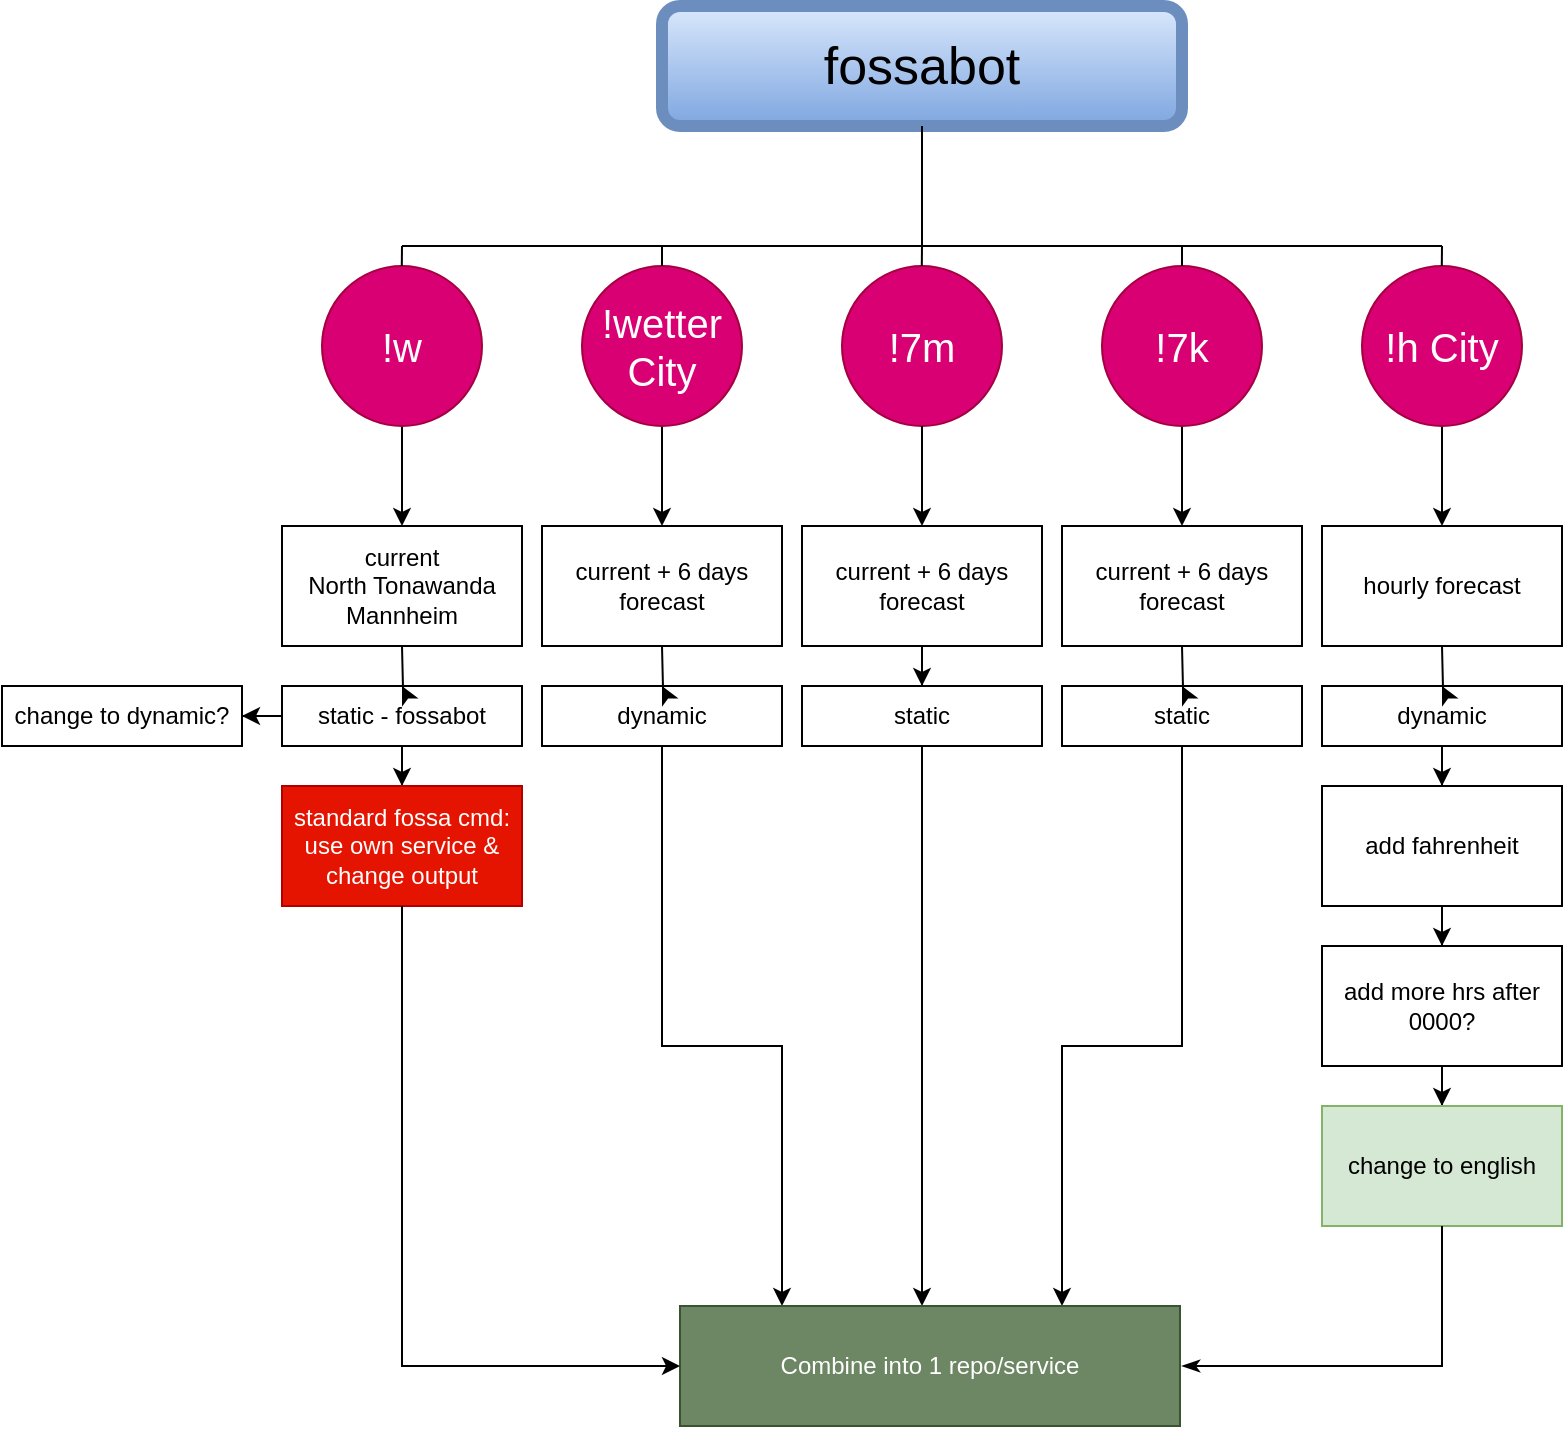
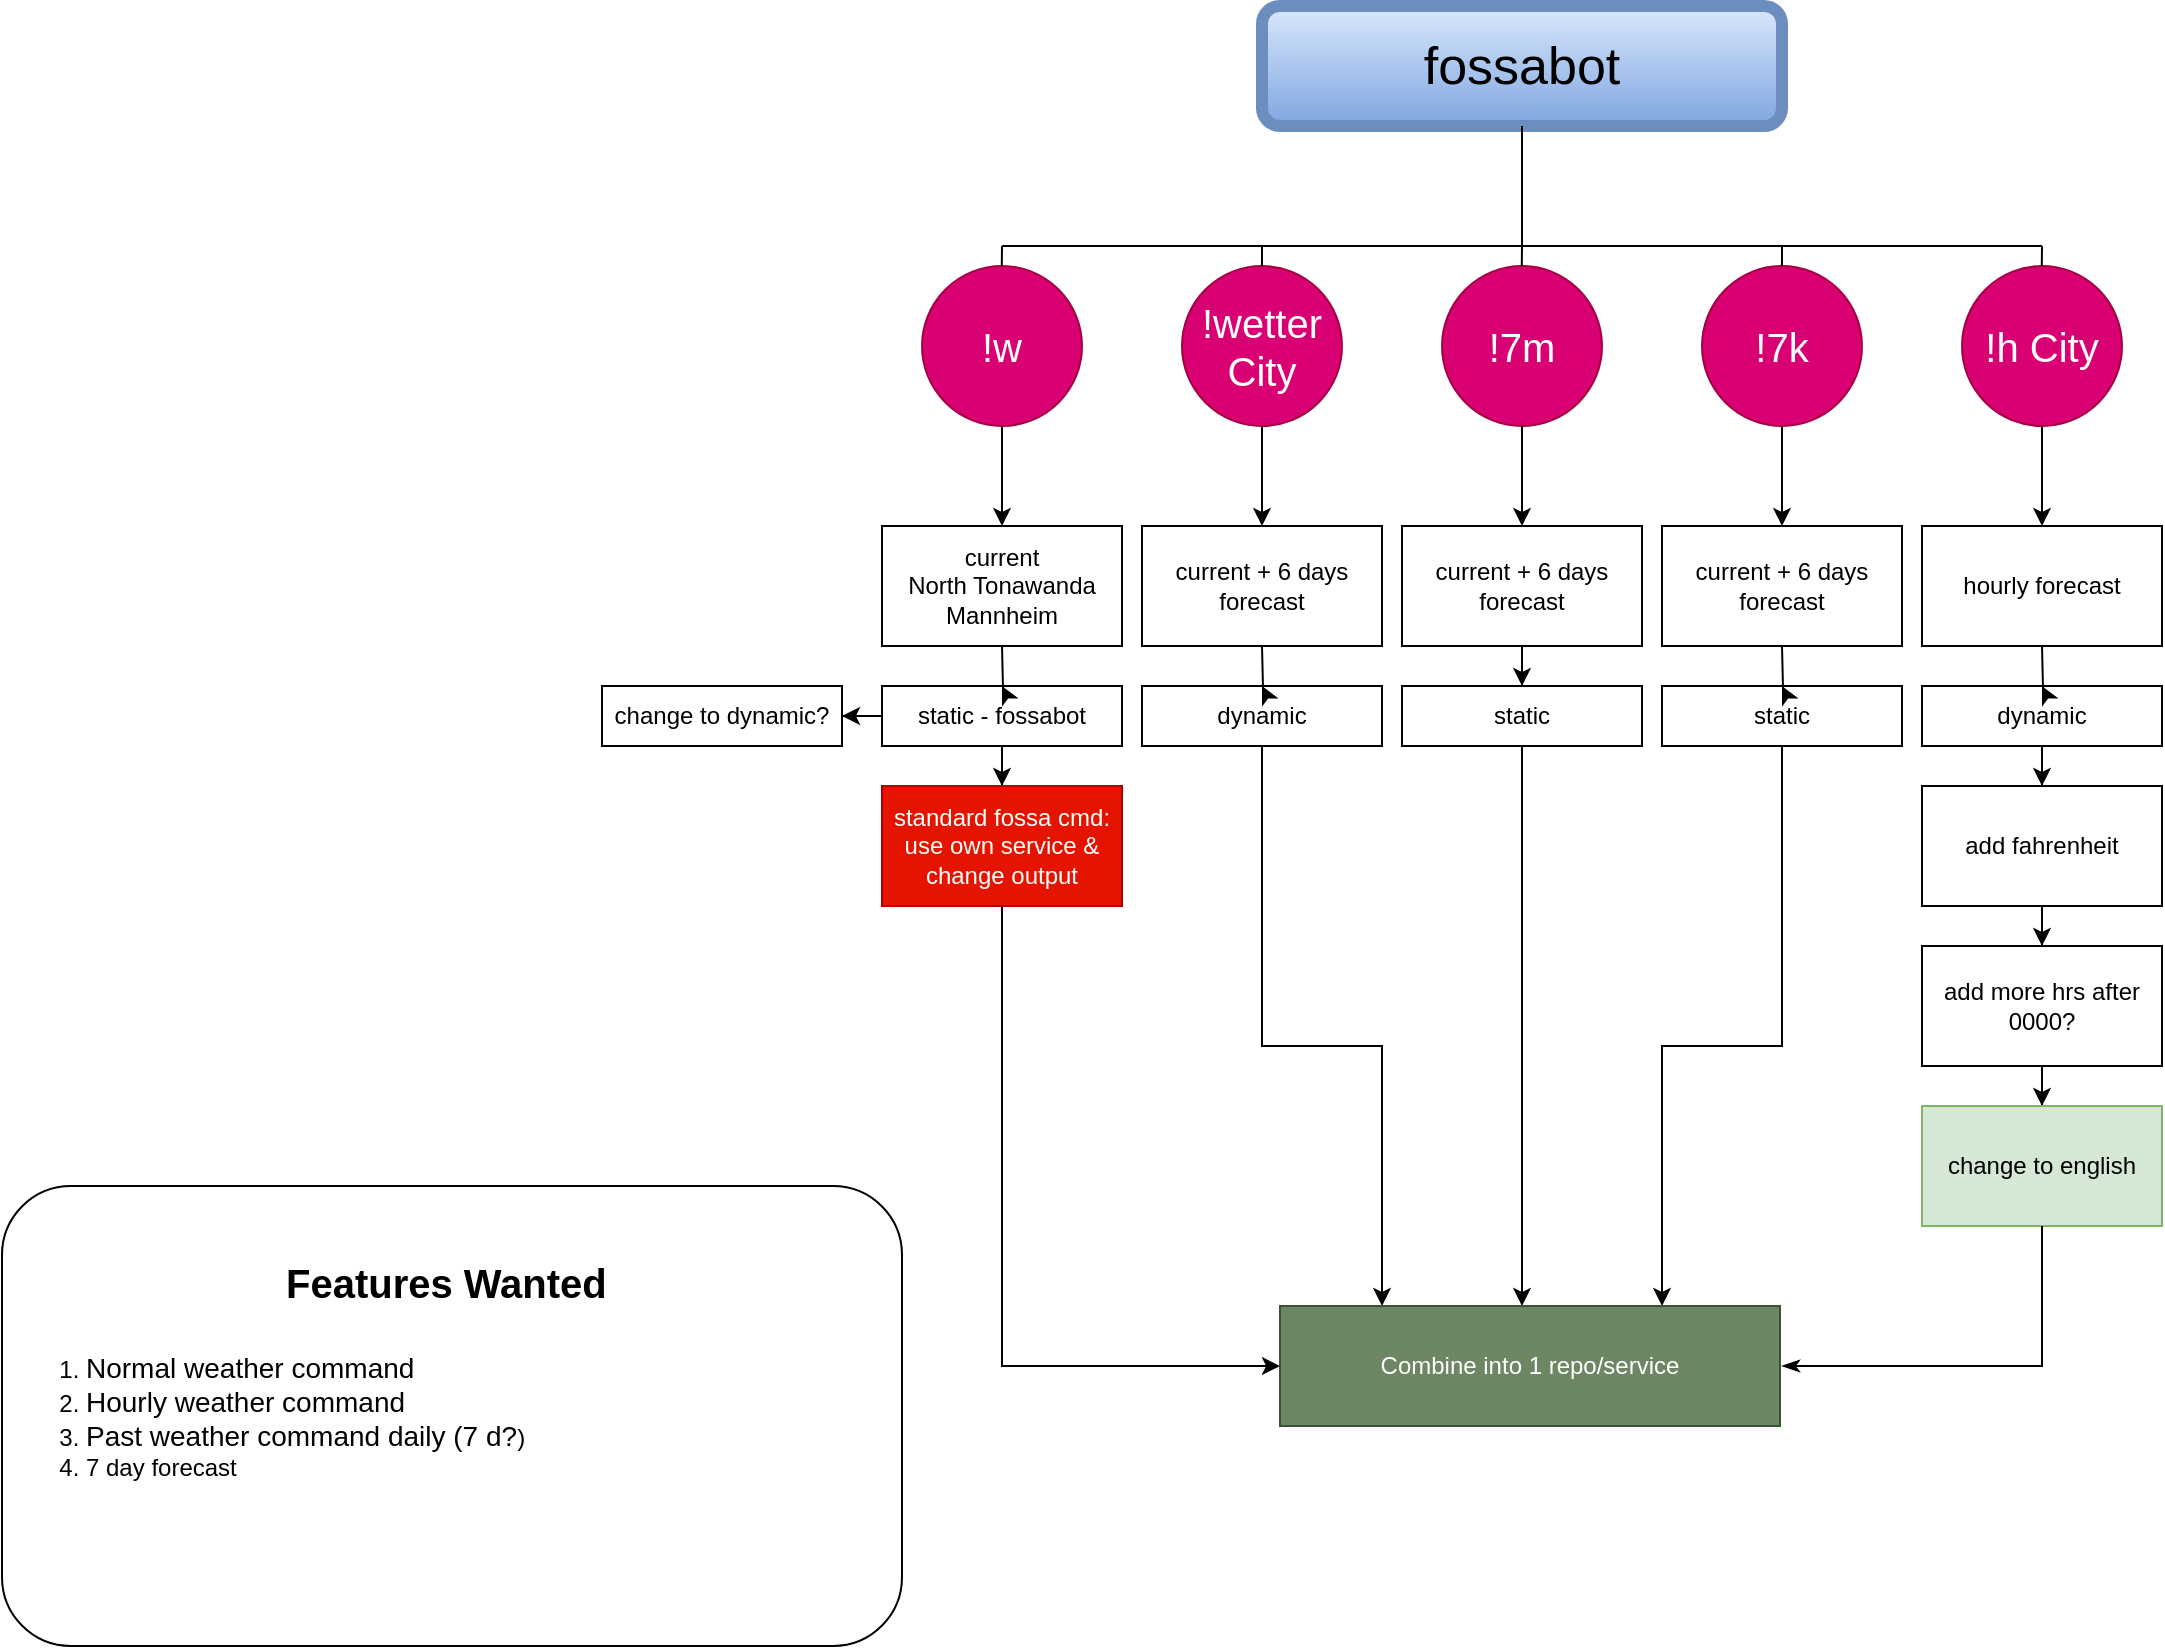
<mxfile host="app.diagrams.net">
  <diagram name="Page-1" id="9VzqXHfPhy3sf3baI-xB">
    <mxGraphModel dx="1747" dy="745" grid="1" gridSize="10" guides="1" tooltips="1" connect="1" arrows="1" fold="1" page="1" pageScale="1" pageWidth="850" pageHeight="1100" math="0" shadow="0">
      <root>
        <mxCell id="0" />
        <mxCell id="1" parent="0" />
        <mxCell id="s_UMoqTU6THQ3Am6J6Qj-11" connectable="0" parent="1" style="group" value="" vertex="1">
          <mxGeometry height="190" width="120" x="470" y="290" as="geometry" />
        </mxCell>
        <mxCell id="s_UMoqTU6THQ3Am6J6Qj-9" edge="1" parent="s_UMoqTU6THQ3Am6J6Qj-11" source="s_UMoqTU6THQ3Am6J6Qj-7" style="edgeStyle=orthogonalEdgeStyle;rounded=0;orthogonalLoop=1;jettySize=auto;html=1;" value="">
          <mxGeometry relative="1" as="geometry">
            <mxPoint x="60" y="130" as="targetPoint" />
          </mxGeometry>
        </mxCell>
        <mxCell id="s_UMoqTU6THQ3Am6J6Qj-7" parent="s_UMoqTU6THQ3Am6J6Qj-11" style="ellipse;whiteSpace=wrap;html=1;aspect=fixed;fillColor=#d80073;fontColor=#ffffff;strokeColor=#A50040;" value="&lt;font style=&quot;font-size: 20px;&quot;&gt;!7k&lt;/font&gt;" vertex="1">
          <mxGeometry height="80" width="80" x="20" as="geometry" />
        </mxCell>
        <mxCell id="s_UMoqTU6THQ3Am6J6Qj-10" parent="s_UMoqTU6THQ3Am6J6Qj-11" style="rounded=0;whiteSpace=wrap;html=1;" value="current + 6 days forecast" vertex="1">
          <mxGeometry height="60" width="120" y="130" as="geometry" />
        </mxCell>
        <mxCell id="s_UMoqTU6THQ3Am6J6Qj-13" connectable="0" parent="1" style="group" value="" vertex="1">
          <mxGeometry height="190" width="120" x="340" y="290" as="geometry" />
        </mxCell>
        <mxCell id="s_UMoqTU6THQ3Am6J6Qj-2" parent="s_UMoqTU6THQ3Am6J6Qj-13" style="rounded=0;whiteSpace=wrap;html=1;" value="current + 6 days forecast" vertex="1">
          <mxGeometry height="60" width="120" y="130" as="geometry" />
        </mxCell>
        <mxCell id="s_UMoqTU6THQ3Am6J6Qj-12" connectable="0" parent="s_UMoqTU6THQ3Am6J6Qj-13" style="group" value="" vertex="1">
          <mxGeometry height="80" width="80" x="20" as="geometry" />
        </mxCell>
        <mxCell id="s_UMoqTU6THQ3Am6J6Qj-1" parent="s_UMoqTU6THQ3Am6J6Qj-12" style="ellipse;whiteSpace=wrap;html=1;aspect=fixed;fillColor=#d80073;fontColor=#ffffff;strokeColor=#A50040;" value="&lt;font style=&quot;font-size: 20px;&quot;&gt;!7m&lt;/font&gt;" vertex="1">
          <mxGeometry height="80" width="80" as="geometry" />
        </mxCell>
        <mxCell id="s_UMoqTU6THQ3Am6J6Qj-6" edge="1" parent="s_UMoqTU6THQ3Am6J6Qj-13" source="s_UMoqTU6THQ3Am6J6Qj-1" style="edgeStyle=orthogonalEdgeStyle;rounded=0;orthogonalLoop=1;jettySize=auto;html=1;" target="s_UMoqTU6THQ3Am6J6Qj-2" value="">
          <mxGeometry relative="1" as="geometry" />
        </mxCell>
        <mxCell id="s_UMoqTU6THQ3Am6J6Qj-14" connectable="0" parent="1" style="group" value="" vertex="1">
          <mxGeometry height="190" width="120" x="600" y="290" as="geometry" />
        </mxCell>
        <mxCell id="s_UMoqTU6THQ3Am6J6Qj-15" edge="1" parent="s_UMoqTU6THQ3Am6J6Qj-14" source="s_UMoqTU6THQ3Am6J6Qj-16" style="edgeStyle=orthogonalEdgeStyle;rounded=0;orthogonalLoop=1;jettySize=auto;html=1;" value="">
          <mxGeometry relative="1" as="geometry">
            <mxPoint x="60" y="130" as="targetPoint" />
          </mxGeometry>
        </mxCell>
        <mxCell id="s_UMoqTU6THQ3Am6J6Qj-16" parent="s_UMoqTU6THQ3Am6J6Qj-14" style="ellipse;whiteSpace=wrap;html=1;aspect=fixed;fillColor=#d80073;fontColor=#ffffff;strokeColor=#A50040;" value="&lt;font style=&quot;font-size: 20px;&quot;&gt;!h City&lt;/font&gt;" vertex="1">
          <mxGeometry height="80" width="80" x="20" as="geometry" />
        </mxCell>
        <mxCell id="s_UMoqTU6THQ3Am6J6Qj-17" parent="s_UMoqTU6THQ3Am6J6Qj-14" style="rounded=0;whiteSpace=wrap;html=1;" value="hourly forecast" vertex="1">
          <mxGeometry height="60" width="120" y="130" as="geometry" />
        </mxCell>
        <mxCell id="s_UMoqTU6THQ3Am6J6Qj-18" connectable="0" parent="1" style="group" value="" vertex="1">
          <mxGeometry height="190" width="120" x="210" y="290" as="geometry" />
        </mxCell>
        <mxCell id="s_UMoqTU6THQ3Am6J6Qj-19" edge="1" parent="s_UMoqTU6THQ3Am6J6Qj-18" source="s_UMoqTU6THQ3Am6J6Qj-20" style="edgeStyle=orthogonalEdgeStyle;rounded=0;orthogonalLoop=1;jettySize=auto;html=1;" value="">
          <mxGeometry relative="1" as="geometry">
            <mxPoint x="60" y="130" as="targetPoint" />
          </mxGeometry>
        </mxCell>
        <mxCell id="s_UMoqTU6THQ3Am6J6Qj-20" parent="s_UMoqTU6THQ3Am6J6Qj-18" style="ellipse;whiteSpace=wrap;html=1;aspect=fixed;fillColor=#d80073;fontColor=#ffffff;strokeColor=#A50040;" value="&lt;font style=&quot;font-size: 20px;&quot;&gt;!wetter City&lt;/font&gt;" vertex="1">
          <mxGeometry height="80" width="80" x="20" as="geometry" />
        </mxCell>
        <mxCell id="s_UMoqTU6THQ3Am6J6Qj-21" parent="s_UMoqTU6THQ3Am6J6Qj-18" style="rounded=0;whiteSpace=wrap;html=1;" value="current + 6 days forecast" vertex="1">
          <mxGeometry height="60" width="120" y="130" as="geometry" />
        </mxCell>
        <mxCell id="wv6-X-4x8dGTElKProTv-45" edge="1" parent="1" source="s_UMoqTU6THQ3Am6J6Qj-24" style="edgeStyle=orthogonalEdgeStyle;rounded=0;orthogonalLoop=1;jettySize=auto;html=1;" target="wv6-X-4x8dGTElKProTv-44" value="">
          <mxGeometry relative="1" as="geometry">
            <Array as="points">
              <mxPoint x="400" y="600" />
              <mxPoint x="400" y="600" />
            </Array>
          </mxGeometry>
        </mxCell>
        <mxCell id="s_UMoqTU6THQ3Am6J6Qj-24" parent="1" style="rounded=0;whiteSpace=wrap;html=1;" value="static" vertex="1">
          <mxGeometry height="30" width="120" x="340" y="500" as="geometry" />
        </mxCell>
        <mxCell id="s_UMoqTU6THQ3Am6J6Qj-25" edge="1" parent="1" source="s_UMoqTU6THQ3Am6J6Qj-2" style="edgeStyle=orthogonalEdgeStyle;rounded=0;orthogonalLoop=1;jettySize=auto;html=1;" target="s_UMoqTU6THQ3Am6J6Qj-24" value="">
          <mxGeometry relative="1" as="geometry" />
        </mxCell>
        <mxCell id="wv6-X-4x8dGTElKProTv-51" edge="1" parent="1" source="s_UMoqTU6THQ3Am6J6Qj-26" style="edgeStyle=orthogonalEdgeStyle;rounded=0;orthogonalLoop=1;jettySize=auto;html=1;" target="wv6-X-4x8dGTElKProTv-44" value="">
          <mxGeometry relative="1" as="geometry">
            <Array as="points">
              <mxPoint x="270" y="680" />
              <mxPoint x="330" y="680" />
            </Array>
          </mxGeometry>
        </mxCell>
        <mxCell id="s_UMoqTU6THQ3Am6J6Qj-26" parent="1" style="rounded=0;whiteSpace=wrap;html=1;" value="dynamic" vertex="1">
          <mxGeometry height="30" width="120" x="210" y="500" as="geometry" />
        </mxCell>
        <mxCell id="s_UMoqTU6THQ3Am6J6Qj-27" edge="1" parent="1" style="edgeStyle=orthogonalEdgeStyle;rounded=0;orthogonalLoop=1;jettySize=auto;html=1;" target="s_UMoqTU6THQ3Am6J6Qj-26" value="">
          <mxGeometry relative="1" as="geometry">
            <mxPoint x="270" y="480" as="sourcePoint" />
          </mxGeometry>
        </mxCell>
        <mxCell id="wv6-X-4x8dGTElKProTv-50" edge="1" parent="1" source="s_UMoqTU6THQ3Am6J6Qj-28" style="edgeStyle=orthogonalEdgeStyle;rounded=0;orthogonalLoop=1;jettySize=auto;html=1;" target="wv6-X-4x8dGTElKProTv-44" value="">
          <mxGeometry relative="1" as="geometry">
            <Array as="points">
              <mxPoint x="530" y="680" />
              <mxPoint x="470" y="680" />
            </Array>
          </mxGeometry>
        </mxCell>
        <mxCell id="s_UMoqTU6THQ3Am6J6Qj-28" parent="1" style="rounded=0;whiteSpace=wrap;html=1;" value="static" vertex="1">
          <mxGeometry height="30" width="120" x="470" y="500" as="geometry" />
        </mxCell>
        <mxCell id="s_UMoqTU6THQ3Am6J6Qj-29" edge="1" parent="1" style="edgeStyle=orthogonalEdgeStyle;rounded=0;orthogonalLoop=1;jettySize=auto;html=1;" target="s_UMoqTU6THQ3Am6J6Qj-28" value="">
          <mxGeometry relative="1" as="geometry">
            <mxPoint x="530" y="480" as="sourcePoint" />
          </mxGeometry>
        </mxCell>
        <mxCell id="wv6-X-4x8dGTElKProTv-53" edge="1" parent="1" source="s_UMoqTU6THQ3Am6J6Qj-30" style="edgeStyle=orthogonalEdgeStyle;rounded=0;orthogonalLoop=1;jettySize=auto;html=1;" target="wv6-X-4x8dGTElKProTv-52" value="">
          <mxGeometry relative="1" as="geometry" />
        </mxCell>
        <mxCell id="s_UMoqTU6THQ3Am6J6Qj-30" parent="1" style="rounded=0;whiteSpace=wrap;html=1;" value="dynamic" vertex="1">
          <mxGeometry height="30" width="120" x="600" y="500" as="geometry" />
        </mxCell>
        <mxCell id="s_UMoqTU6THQ3Am6J6Qj-31" edge="1" parent="1" style="edgeStyle=orthogonalEdgeStyle;rounded=0;orthogonalLoop=1;jettySize=auto;html=1;" target="s_UMoqTU6THQ3Am6J6Qj-30" value="">
          <mxGeometry relative="1" as="geometry">
            <mxPoint x="660" y="480" as="sourcePoint" />
          </mxGeometry>
        </mxCell>
        <mxCell id="wv6-X-4x8dGTElKProTv-1" parent="1" style="rounded=1;whiteSpace=wrap;html=1;fillColor=#dae8fc;strokeColor=#6c8ebf;gradientColor=#7ea6e0;fontColor=light-dark(#000000,#CCFF99);fontSize=17;strokeWidth=6;" value="&lt;font style=&quot;font-size: 26px;&quot;&gt;fossabot&lt;/font&gt;" vertex="1">
          <mxGeometry height="60" width="260" x="270" y="160" as="geometry" />
        </mxCell>
        <mxCell id="wv6-X-4x8dGTElKProTv-15" edge="1" parent="1" style="endArrow=none;html=1;rounded=0;" value="">
          <mxGeometry height="50" relative="1" width="50" as="geometry">
            <mxPoint x="140" y="280" as="sourcePoint" />
            <mxPoint x="660" y="280" as="targetPoint" />
          </mxGeometry>
        </mxCell>
        <mxCell id="wv6-X-4x8dGTElKProTv-18" edge="1" parent="1" source="s_UMoqTU6THQ3Am6J6Qj-20" style="endArrow=none;html=1;rounded=0;exitX=0.5;exitY=0;exitDx=0;exitDy=0;" value="">
          <mxGeometry height="50" relative="1" width="50" as="geometry">
            <mxPoint x="460" y="300" as="sourcePoint" />
            <mxPoint x="270" y="280" as="targetPoint" />
          </mxGeometry>
        </mxCell>
        <mxCell id="wv6-X-4x8dGTElKProTv-19" edge="1" parent="1" style="endArrow=none;html=1;rounded=0;exitX=0.5;exitY=0;exitDx=0;exitDy=0;" value="">
          <mxGeometry height="50" relative="1" width="50" as="geometry">
            <mxPoint x="399.9" y="290" as="sourcePoint" />
            <mxPoint x="400" y="280" as="targetPoint" />
          </mxGeometry>
        </mxCell>
        <mxCell id="wv6-X-4x8dGTElKProTv-20" edge="1" parent="1" style="endArrow=none;html=1;rounded=0;exitX=0.5;exitY=0;exitDx=0;exitDy=0;" value="">
          <mxGeometry height="50" relative="1" width="50" as="geometry">
            <mxPoint x="530" y="290" as="sourcePoint" />
            <mxPoint x="530" y="280" as="targetPoint" />
          </mxGeometry>
        </mxCell>
        <mxCell id="wv6-X-4x8dGTElKProTv-21" edge="1" parent="1" style="endArrow=none;html=1;rounded=0;exitX=0.5;exitY=0;exitDx=0;exitDy=0;" value="">
          <mxGeometry height="50" relative="1" width="50" as="geometry">
            <mxPoint x="659.9" y="290" as="sourcePoint" />
            <mxPoint x="660" y="280" as="targetPoint" />
          </mxGeometry>
        </mxCell>
        <mxCell id="wv6-X-4x8dGTElKProTv-27" connectable="0" parent="1" style="group" value="" vertex="1">
          <mxGeometry height="190" width="120" x="80" y="290" as="geometry" />
        </mxCell>
        <mxCell id="wv6-X-4x8dGTElKProTv-28" edge="1" parent="wv6-X-4x8dGTElKProTv-27" source="wv6-X-4x8dGTElKProTv-29" style="edgeStyle=orthogonalEdgeStyle;rounded=0;orthogonalLoop=1;jettySize=auto;html=1;" value="">
          <mxGeometry relative="1" as="geometry">
            <mxPoint x="60" y="130" as="targetPoint" />
          </mxGeometry>
        </mxCell>
        <mxCell id="wv6-X-4x8dGTElKProTv-29" parent="wv6-X-4x8dGTElKProTv-27" style="ellipse;whiteSpace=wrap;html=1;aspect=fixed;fillColor=#d80073;fontColor=#ffffff;strokeColor=#A50040;" value="&lt;font style=&quot;font-size: 20px;&quot;&gt;!w&lt;/font&gt;" vertex="1">
          <mxGeometry height="80" width="80" x="20" as="geometry" />
        </mxCell>
        <mxCell id="wv6-X-4x8dGTElKProTv-30" parent="wv6-X-4x8dGTElKProTv-27" style="rounded=0;whiteSpace=wrap;html=1;" value="&lt;div&gt;current&lt;/div&gt;&lt;div&gt;North Tonawanda&lt;/div&gt;&lt;div&gt;Mannheim&lt;/div&gt;" vertex="1">
          <mxGeometry height="60" width="120" y="130" as="geometry" />
        </mxCell>
        <mxCell id="wv6-X-4x8dGTElKProTv-43" edge="1" parent="1" source="wv6-X-4x8dGTElKProTv-31" style="edgeStyle=orthogonalEdgeStyle;rounded=0;orthogonalLoop=1;jettySize=auto;html=1;" target="wv6-X-4x8dGTElKProTv-42" value="">
          <mxGeometry relative="1" as="geometry" />
        </mxCell>
        <mxCell id="wv6-X-4x8dGTElKProTv-72" edge="1" parent="1" source="wv6-X-4x8dGTElKProTv-31" style="edgeStyle=orthogonalEdgeStyle;rounded=0;orthogonalLoop=1;jettySize=auto;html=1;" target="wv6-X-4x8dGTElKProTv-71" value="">
          <mxGeometry relative="1" as="geometry" />
        </mxCell>
        <mxCell id="wv6-X-4x8dGTElKProTv-31" parent="1" style="rounded=0;whiteSpace=wrap;html=1;" value="static - fossabot" vertex="1">
          <mxGeometry height="30" width="120" x="80" y="500" as="geometry" />
        </mxCell>
        <mxCell id="wv6-X-4x8dGTElKProTv-32" edge="1" parent="1" style="edgeStyle=orthogonalEdgeStyle;rounded=0;orthogonalLoop=1;jettySize=auto;html=1;" target="wv6-X-4x8dGTElKProTv-31" value="">
          <mxGeometry relative="1" as="geometry">
            <mxPoint x="140" y="480" as="sourcePoint" />
          </mxGeometry>
        </mxCell>
        <mxCell id="wv6-X-4x8dGTElKProTv-33" edge="1" parent="1" style="endArrow=none;html=1;rounded=0;exitX=0.5;exitY=0;exitDx=0;exitDy=0;" value="">
          <mxGeometry height="50" relative="1" width="50" as="geometry">
            <mxPoint x="139.89999999999998" y="290" as="sourcePoint" />
            <mxPoint x="140" y="280" as="targetPoint" />
          </mxGeometry>
        </mxCell>
        <mxCell id="wv6-X-4x8dGTElKProTv-42" parent="1" style="whiteSpace=wrap;html=1;rounded=0;fillColor=#e51400;strokeColor=#B20000;fontColor=#ffffff;" value="standard fossa cmd: use own service &amp;amp; change output" vertex="1">
          <mxGeometry height="60" width="120" x="80" y="550" as="geometry" />
        </mxCell>
        <mxCell id="wv6-X-4x8dGTElKProTv-44" parent="1" style="rounded=0;whiteSpace=wrap;html=1;fillColor=#6d8764;fontColor=#ffffff;strokeColor=#3A5431;" value="Combine into 1 repo/service" vertex="1">
          <mxGeometry height="60" width="250" x="279" y="810" as="geometry" />
        </mxCell>
        <mxCell id="wv6-X-4x8dGTElKProTv-55" edge="1" parent="1" source="wv6-X-4x8dGTElKProTv-52" style="edgeStyle=orthogonalEdgeStyle;rounded=0;orthogonalLoop=1;jettySize=auto;html=1;" target="wv6-X-4x8dGTElKProTv-54" value="">
          <mxGeometry relative="1" as="geometry" />
        </mxCell>
        <mxCell id="wv6-X-4x8dGTElKProTv-52" parent="1" style="rounded=0;whiteSpace=wrap;html=1;" value="add fahrenheit" vertex="1">
          <mxGeometry height="60" width="120" x="600" y="550" as="geometry" />
        </mxCell>
        <mxCell id="wv6-X-4x8dGTElKProTv-61" edge="1" parent="1" source="wv6-X-4x8dGTElKProTv-54" style="edgeStyle=orthogonalEdgeStyle;rounded=0;orthogonalLoop=1;jettySize=auto;html=1;" target="wv6-X-4x8dGTElKProTv-60" value="">
          <mxGeometry relative="1" as="geometry" />
        </mxCell>
        <mxCell id="wv6-X-4x8dGTElKProTv-54" parent="1" style="rounded=0;whiteSpace=wrap;html=1;" value="add more hrs after 0000?" vertex="1">
          <mxGeometry height="60" width="120" x="600" y="630" as="geometry" />
        </mxCell>
        <mxCell id="wv6-X-4x8dGTElKProTv-60" parent="1" style="rounded=0;whiteSpace=wrap;html=1;fillColor=light-dark(#D5E8D4,#FF0000);strokeColor=#82b366;fontColor=light-dark(#000000,#0000CC);" value="change to english" vertex="1">
          <mxGeometry height="60" width="120" x="600" y="710" as="geometry" />
        </mxCell>
        <mxCell id="wv6-X-4x8dGTElKProTv-68" edge="1" parent="1" style="edgeStyle=orthogonalEdgeStyle;rounded=0;orthogonalLoop=1;jettySize=auto;html=1;exitX=0.5;exitY=1;exitDx=0;exitDy=0;">
          <mxGeometry relative="1" as="geometry">
            <mxPoint x="-15" y="530" as="sourcePoint" />
            <mxPoint x="-15" y="530" as="targetPoint" />
          </mxGeometry>
        </mxCell>
        <mxCell id="wv6-X-4x8dGTElKProTv-71" parent="1" style="rounded=0;whiteSpace=wrap;html=1;" value="change to dynamic?" vertex="1">
          <mxGeometry height="30" width="120" x="-60" y="500" as="geometry" />
        </mxCell>
        <mxCell id="wv6-X-4x8dGTElKProTv-74" edge="1" parent="1" style="endArrow=none;html=1;rounded=0;entryX=0.5;entryY=1;entryDx=0;entryDy=0;" target="wv6-X-4x8dGTElKProTv-42" value="">
          <mxGeometry height="50" relative="1" width="50" as="geometry">
            <mxPoint x="140" y="640" as="sourcePoint" />
            <mxPoint x="150" y="660" as="targetPoint" />
          </mxGeometry>
        </mxCell>
        <mxCell id="wv6-X-4x8dGTElKProTv-75" edge="1" parent="1" style="endArrow=classic;html=1;rounded=0;startArrow=none;startFill=0;endFill=1;entryX=0;entryY=0.5;entryDx=0;entryDy=0;" target="wv6-X-4x8dGTElKProTv-44" value="">
          <mxGeometry height="50" relative="1" width="50" as="geometry">
            <Array as="points">
              <mxPoint x="140" y="840" />
            </Array>
            <mxPoint x="140" y="640" as="sourcePoint" />
            <mxPoint x="220" y="640" as="targetPoint" />
          </mxGeometry>
        </mxCell>
        <mxCell id="wv6-X-4x8dGTElKProTv-77" edge="1" parent="1" style="endArrow=none;html=1;rounded=0;" value="">
          <mxGeometry height="50" relative="1" width="50" as="geometry">
            <mxPoint x="400" y="280" as="sourcePoint" />
            <mxPoint x="400" y="220" as="targetPoint" />
          </mxGeometry>
        </mxCell>
        <mxCell id="wv6-X-4x8dGTElKProTv-78" edge="1" parent="1" style="endArrow=none;html=1;rounded=0;endFill=0;startArrow=classicThin;startFill=1;" value="">
          <mxGeometry height="50" relative="1" width="50" as="geometry">
            <Array as="points">
              <mxPoint x="590" y="840" />
              <mxPoint x="660" y="840" />
            </Array>
            <mxPoint x="530" y="840" as="sourcePoint" />
            <mxPoint x="660" y="770" as="targetPoint" />
          </mxGeometry>
        </mxCell>
+         <mxCell id="wv6-X-4x8dGTElKProTv-83" parent="1" style="rounded=1;whiteSpace=wrap;html=1;align=left;" value="&lt;div align=&quot;left&quot;&gt;&lt;ol&gt;&lt;li&gt;&lt;font style=&quot;font-size: 14px;&quot;&gt;Normal weather command&amp;nbsp;&lt;/font&gt;&lt;/li&gt;&lt;li&gt;&lt;font style=&quot;font-size: 14px;&quot;&gt;Hourly weather command&lt;/font&gt;&lt;/li&gt;&lt;li&gt;&lt;font style=&quot;font-size: 14px;&quot;&gt;Past weather command daily (7 d?&lt;/font&gt;)&lt;/li&gt;&lt;li&gt;7 day forecast&amp;nbsp;&lt;/li&gt;&lt;/ol&gt;&lt;/div&gt;" vertex="1">
+           <mxGeometry height="230" width="450" x="-360" y="750" as="geometry" />
+         </mxCell>
+         <mxCell id="wv6-X-4x8dGTElKProTv-84" parent="1" style="text;html=1;whiteSpace=wrap;overflow=hidden;rounded=0;" value="&lt;h1 style=&quot;margin-top: 0px;&quot;&gt;&lt;font style=&quot;font-size: 20px;&quot;&gt;Features Wanted&lt;/font&gt;&lt;/h1&gt;" vertex="1">
+           <mxGeometry height="50" width="170" x="-220" y="777" as="geometry" />
+         </mxCell>
      </root>
    </mxGraphModel>
  </diagram>
</mxfile>
